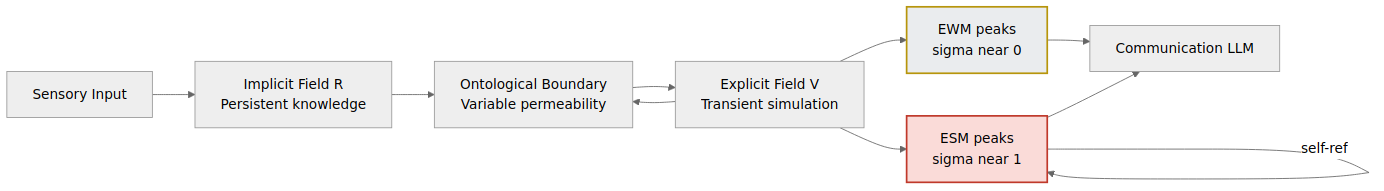
Earlier version of the Mermaid export docs/engineering/designs/pdf/png/design-08-simple.png (JeltzProstetnic/aIware). Its source is kept beside it as docs/engineering/designs/pdf/mmd/design-08-simple.mmd. Source of this version:
```mermaid
graph LR
    SENS[Sensory Input] --> R[Implicit Field R<br/>Persistent knowledge]
    R --> BOUND[Ontological Boundary<br/>Variable permeability]
    BOUND --> V[Explicit Field V<br/>Transient simulation]
    V --> BOUND
    V --> EWM[EWM peaks<br/>sigma near 0]
    V --> ESM[ESM peaks<br/>sigma near 1]
    ESM -->|self-ref| ESM
    EWM --> COMM[Communication LLM]
    ESM --> COMM
    style EWM fill:#EAECEE,stroke:#B7950B,stroke-width:2px
    style ESM fill:#FADBD8,stroke:#C0392B,stroke-width:2px
```
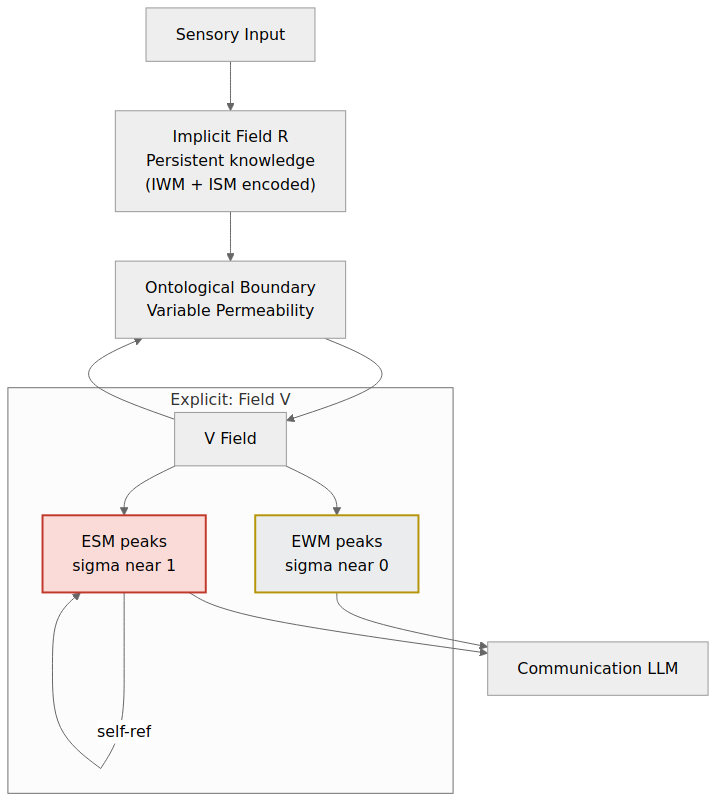
After the commit.

The edit, as a diff of the source:
```diff
@@ -1,10 +1,15 @@
-graph LR
-    SENS[Sensory Input] --> R[Implicit Field R<br/>Persistent knowledge]
-    R --> BOUND[Ontological Boundary<br/>Variable permeability]
-    BOUND --> V[Explicit Field V<br/>Transient simulation]
+graph TD
+    SENS[Sensory Input] --> R["Implicit Field R<br/>Persistent knowledge<br/>(IWM + ISM encoded)"]
+    R --> BOUND["Ontological Boundary<br/>Variable Permeability"]
+    BOUND --> V
+    subgraph EXPL["Explicit: Field V"]
+        V["V Field"]
+        EWM["EWM peaks<br/>sigma near 0"]
+        ESM["ESM peaks<br/>sigma near 1"]
+    end
+    V --> EWM
+    V --> ESM
     V --> BOUND
-    V --> EWM[EWM peaks<br/>sigma near 0]
-    V --> ESM[ESM peaks<br/>sigma near 1]
     ESM -->|self-ref| ESM
     EWM --> COMM[Communication LLM]
     ESM --> COMM
```
